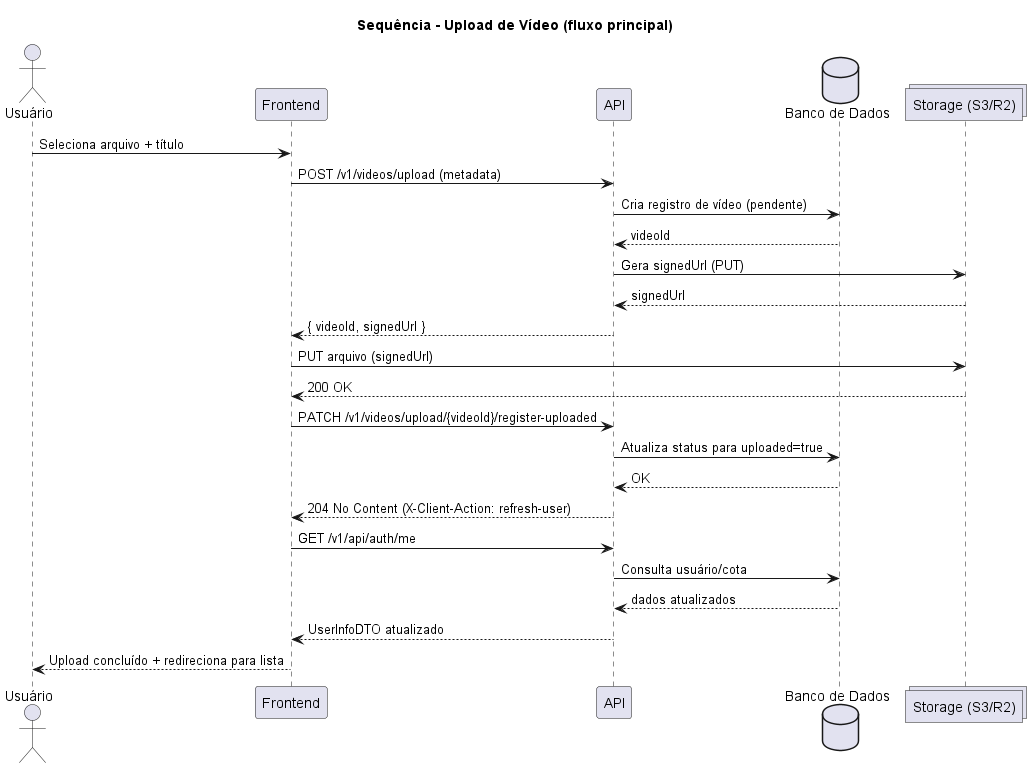
vitorweirich/ads-projeto-integrador keeps this PlantUML diagram as docs/diagramas/diagrama-sequencia-upload.png. Above is the earlier version.
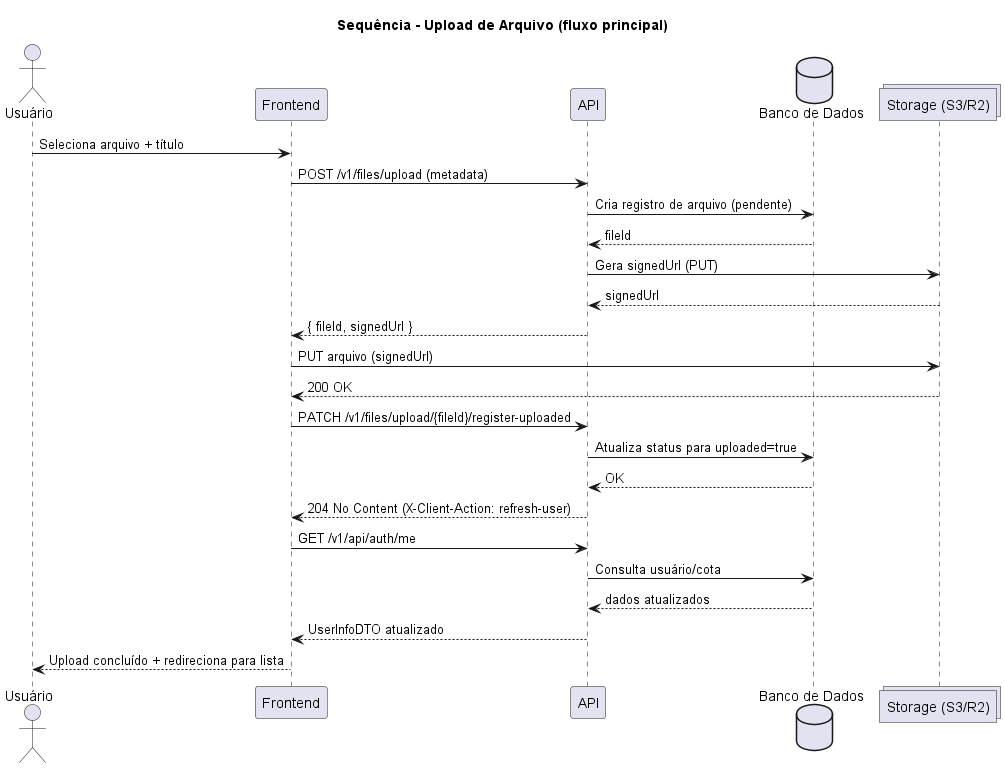
Later version of the same file.

The edit, as a diff of the source:
```diff
@@ -1,5 +1,5 @@
-@startuml
-title Sequência - Upload de Vídeo (fluxo principal)
+@startuml "Sequência - Upload de Arquivo (fluxo principal)"
+title Sequência - Upload de Arquivo (fluxo principal)
 
 actor "Usuário" as U
 participant "Frontend" as FE
@@ -8,17 +8,17 @@
 collections "Storage (S3/R2)" as ST
 
 U -> FE: Seleciona arquivo + título
-FE -> API: POST /v1/videos/upload (metadata)
-API -> DB: Cria registro de vídeo (pendente)
-DB --> API: videoId
+FE -> API: POST /v1/files/upload (metadata)
+API -> DB: Cria registro de arquivo (pendente)
+DB --> API: fileId
 API -> ST: Gera signedUrl (PUT)
 ST --> API: signedUrl
-API --> FE: { videoId, signedUrl }
+API --> FE: { fileId, signedUrl }
 
 FE -> ST: PUT arquivo (signedUrl)
 ST --> FE: 200 OK
 
-FE -> API: PATCH /v1/videos/upload/{videoId}/register-uploaded
+FE -> API: PATCH /v1/files/upload/{fileId}/register-uploaded
 API -> DB: Atualiza status para uploaded=true
 DB --> API: OK
 API --> FE: 204 No Content (X-Client-Action: refresh-user)
```
